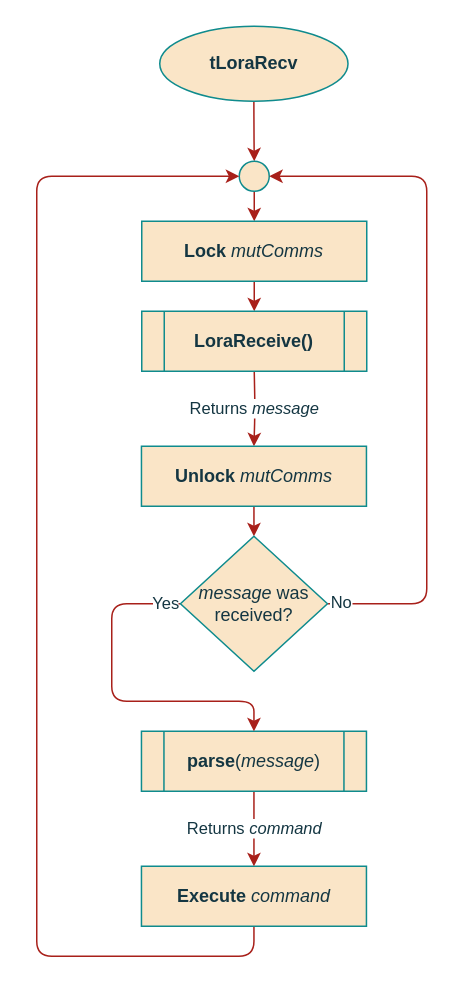
Before: page "tLoraRecv" (4 of 7) of project/report/flowcharts/LStasks/tLampControl.drawio in ESRGgroup9/slipad, a draw.io diagram. Source tidied: cells renumbered, new cells numbered last; positions are measured from the earlier drawing's top-left corner, leaving out a move shared by most shapes. Both pictures are drawn from the tidied source at 150%, with x=0, y=0 at pixel (36, 26).
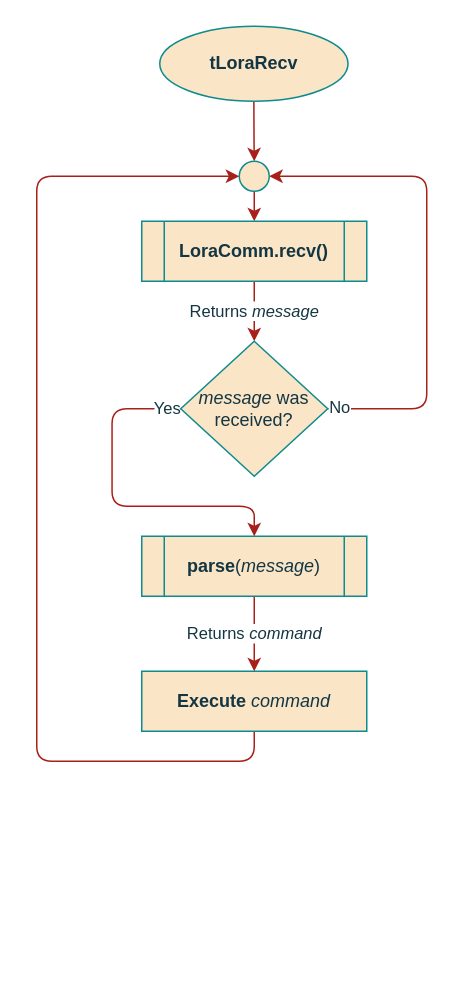
The same diagram, later.

Unchanged cells that the change refers to:
```xml
<mxCell id="5" style="ellipse;whiteSpace=wrap;html=1;rounded=0;sketch=0;fontColor=#143642;strokeColor=#0F8B8D;fillColor=#FAE5C7;" parent="1" vertex="1">
  <mxGeometry x="135" y="90" width="20" height="20" as="geometry" />
</mxCell>
```

What changed in the source:
```diff
@@
-    <mxCell id="4" style="edgeStyle=orthogonalEdgeStyle;curved=0;rounded=1;sketch=0;jettySize=auto;html=1;exitX=0.5;exitY=1;exitDx=0;exitDy=0;entryX=0.5;entryY=0;entryDx=0;entryDy=0;fontColor=#143642;strokeColor=#A8201A;fillColor=#FAE5C7;" parent="1" edge="1" source="5" target="7">
-      <mxGeometry relative="1" as="geometry" />
+    <mxCell id="4" style="edgeStyle=orthogonalEdgeStyle;curved=0;rounded=1;sketch=0;jettySize=auto;html=1;exitX=0.5;exitY=1;exitDx=0;exitDy=0;entryX=0.5;entryY=0;entryDx=0;entryDy=0;fontColor=#143642;strokeColor=#A8201A;fillColor=#FAE5C7;" parent="1" edge="1" source="5">
+      <mxGeometry relative="1" as="geometry">
+        <mxPoint x="145" y="130" as="targetPoint" />
+      </mxGeometry>
     </mxCell>
@@
-    <mxCell id="6" style="edgeStyle=orthogonalEdgeStyle;curved=0;rounded=1;sketch=0;jettySize=auto;html=1;fontColor=#143642;strokeColor=#A8201A;fillColor=#FAE5C7;" parent="1" edge="1" source="7">
-      <mxGeometry relative="1" as="geometry">
-        <mxPoint x="145" y="190" as="targetPoint" />
-      </mxGeometry>
-    </mxCell>
-    <mxCell id="7" value="&lt;div&gt;&lt;b&gt;Lock&lt;/b&gt; &lt;i&gt;mutComms&lt;/i&gt;&lt;/div&gt;" style="rounded=0;whiteSpace=wrap;html=1;sketch=0;fontColor=#143642;strokeColor=#0F8B8D;fillColor=#FAE5C7;" parent="1" vertex="1">
-      <mxGeometry x="70" y="130" width="150" height="40" as="geometry" />
-    </mxCell>
-    <mxCell id="8" value="Returns &lt;i&gt;message&lt;/i&gt;" style="edgeStyle=orthogonalEdgeStyle;curved=0;rounded=1;sketch=0;jettySize=auto;html=1;fontColor=#143642;strokeColor=#A8201A;fillColor=#FAE5C7;entryX=0.5;entryY=0;entryDx=0;entryDy=0;" parent="1" edge="1" target="14">
-      <mxGeometry relative="1" as="geometry">
-        <mxPoint x="145" y="230" as="sourcePoint" />
-      </mxGeometry>
+    <mxCell id="8" value="Returns &lt;i&gt;message&lt;/i&gt;" style="edgeStyle=orthogonalEdgeStyle;curved=0;rounded=1;sketch=0;jettySize=auto;html=1;fontColor=#143642;strokeColor=#A8201A;fillColor=#FAE5C7;entryX=0.5;entryY=0;entryDx=0;entryDy=0;exitX=0.5;exitY=1;exitDx=0;exitDy=0;" parent="1" edge="1" source="15" target="20">
+      <mxGeometry relative="1" as="geometry" />
     </mxCell>
     <mxCell id="9" style="edgeStyle=orthogonalEdgeStyle;rounded=1;sketch=0;jettySize=auto;html=1;exitX=0.5;exitY=1;exitDx=0;exitDy=0;entryX=0;entryY=0.5;entryDx=0;entryDy=0;fontColor=#143642;strokeColor=#A8201A;fillColor=#FAE5C7;" parent="1" edge="1" source="10" target="5">
       <mxGeometry relative="1" as="geometry">
         <Array as="points">
-          <mxPoint x="145" y="620" />
-          <mxPoint y="620" />
+          <mxPoint x="145" y="490" />
+          <mxPoint y="490" />
           <mxPoint y="100" />
         </Array>
       </mxGeometry>
     </mxCell>
     <mxCell id="10" value="&lt;b&gt;Execute&lt;/b&gt; &lt;i&gt;command&lt;/i&gt;" style="rounded=0;whiteSpace=wrap;html=1;sketch=0;fontColor=#143642;strokeColor=#0F8B8D;fillColor=#FAE5C7;" parent="1" vertex="1">
-      <mxGeometry x="69.8" y="560" width="150" height="40" as="geometry" />
+      <mxGeometry x="70" y="430" width="150" height="40" as="geometry" />
     </mxCell>
     <mxCell id="11" style="edgeStyle=orthogonalEdgeStyle;curved=0;rounded=1;sketch=0;jettySize=auto;html=1;exitX=1;exitY=0.5;exitDx=0;exitDy=0;entryX=1;entryY=0.5;entryDx=0;entryDy=0;fontColor=#143642;strokeColor=#A8201A;fillColor=#FAE5C7;" parent="1" edge="1" source="20" target="5">
       <mxGeometry relative="1" as="geometry">
         <Array as="points">
-          <mxPoint x="260" y="385" />
+          <mxPoint x="260" y="255" />
           <mxPoint x="260" y="100" />
         </Array>
       </mxGeometry>
     </mxCell>
@@
-    <mxCell id="13" style="edgeStyle=orthogonalEdgeStyle;rounded=1;sketch=0;jettySize=auto;html=1;fontColor=#143642;strokeColor=#A8201A;fillColor=#FAE5C7;" parent="1" edge="1" source="14" target="20">
-      <mxGeometry relative="1" as="geometry" />
-    </mxCell>
-    <mxCell id="14" value="&lt;b&gt;Unlock&lt;/b&gt; &lt;i&gt;mutComms&lt;/i&gt;" style="rounded=0;whiteSpace=wrap;html=1;sketch=0;fontColor=#143642;strokeColor=#0F8B8D;fillColor=#FAE5C7;" parent="1" vertex="1">
-      <mxGeometry x="69.8" y="280" width="150" height="40" as="geometry" />
-    </mxCell>
-    <mxCell id="15" value="&lt;b&gt;LoraReceive()&lt;/b&gt;" style="shape=process;whiteSpace=wrap;html=1;backgroundOutline=1;rounded=0;sketch=0;fontColor=#143642;strokeColor=#0F8B8D;fillColor=#FAE5C7;" parent="1" vertex="1">
-      <mxGeometry x="70" y="190" width="150" height="40" as="geometry" />
+    <mxCell id="15" value="&lt;b&gt;LoraComm.recv()&lt;/b&gt;" style="shape=process;whiteSpace=wrap;html=1;backgroundOutline=1;rounded=0;sketch=0;fontColor=#143642;strokeColor=#0F8B8D;fillColor=#FAE5C7;" parent="1" vertex="1">
+      <mxGeometry x="70" y="130" width="150" height="40" as="geometry" />
     </mxCell>
@@
     <mxCell id="17" value="&lt;b&gt;parse&lt;/b&gt;(&lt;i&gt;message&lt;/i&gt;)" style="shape=process;whiteSpace=wrap;html=1;backgroundOutline=1;rounded=0;sketch=0;fontColor=#143642;strokeColor=#0F8B8D;fillColor=#FAE5C7;" parent="1" vertex="1">
-      <mxGeometry x="69.8" y="470" width="150" height="40" as="geometry" />
+      <mxGeometry x="70" y="340" width="150" height="40" as="geometry" />
     </mxCell>
     <mxCell id="18" style="edgeStyle=orthogonalEdgeStyle;sketch=0;jettySize=auto;html=1;exitX=0;exitY=0.5;exitDx=0;exitDy=0;entryX=0.5;entryY=0;entryDx=0;entryDy=0;fontColor=#143642;strokeColor=#A8201A;fillColor=#FAE5C7;rounded=1;" parent="1" edge="1" source="20" target="17">
       <mxGeometry relative="1" as="geometry">
         <Array as="points">
-          <mxPoint x="50" y="385" />
-          <mxPoint x="50" y="450" />
-          <mxPoint x="145" y="450" />
+          <mxPoint x="50.2" y="255" />
+          <mxPoint x="50.2" y="320" />
+          <mxPoint x="145.2" y="320" />
         </Array>
       </mxGeometry>
     </mxCell>
@@
     <mxCell id="20" value="&lt;div&gt;&lt;i&gt;message&lt;/i&gt; was&lt;/div&gt;&lt;div&gt;received?&lt;br&gt;&lt;/div&gt;" style="rhombus;whiteSpace=wrap;html=1;rounded=0;sketch=0;fontColor=#143642;strokeColor=#0F8B8D;fillColor=#FAE5C7;" parent="1" vertex="1">
-      <mxGeometry x="95.8" y="340" width="98" height="90" as="geometry" />
+      <mxGeometry x="96" y="210" width="98" height="90" as="geometry" />
     </mxCell>
```
